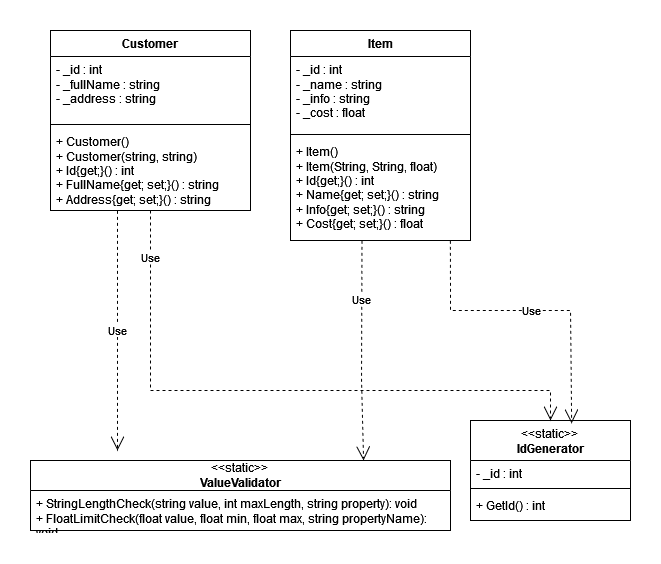
Earlier version of the draw.io export oop-winform/Diagram.drawio.png (antoniocra04/oop-winform). Source tidied: cells renumbered, new cells last; positions are measured from the earlier drawing's top-left corner, leaving out a move shared by most shapes. Its diagram source:
```xml
<mxGraphModel>
  <root>
    <mxCell id="0" />
    <mxCell id="1" parent="0" />
    <mxCell id="2" value="Customer" style="swimlane;fontStyle=1;align=center;verticalAlign=top;horizontal=1;startSize=26;whiteSpace=wrap;html=1;" parent="1" vertex="1">
      <mxGeometry x="20" width="200" height="180" as="geometry" />
    </mxCell>
    <mxCell id="3" value="- _id : int&lt;br&gt;- _fullName : string&lt;br&gt;- _address : string" style="text;strokeColor=none;fillColor=none;align=left;verticalAlign=top;spacingLeft=4;spacingRight=4;overflow=hidden;whiteSpace=wrap;html=1;" parent="2" vertex="1">
      <mxGeometry y="26" width="200" height="64" as="geometry" />
    </mxCell>
    <mxCell id="4" style="line;strokeWidth=1;fillColor=none;align=left;verticalAlign=middle;spacingTop=-1;spacingLeft=3;spacingRight=3;labelPosition=right;strokeColor=inherit;" parent="2" vertex="1">
      <mxGeometry y="90" width="200" height="8" as="geometry" />
    </mxCell>
    <mxCell id="5" value="+&amp;nbsp;Customer()&lt;br style=&quot;border-color: var(--border-color);&quot;&gt;+ Customer(string, string)&lt;br&gt;+ Id{get;}() : int&lt;br&gt;+ FullName{get; set;}() : string&lt;br&gt;+ Address{get; set;}() : string" style="text;strokeColor=none;fillColor=none;align=left;verticalAlign=top;spacingLeft=4;spacingRight=4;overflow=hidden;points=[[0,0.5],[1,0.5]];portConstraint=eastwest;whiteSpace=wrap;html=1;" parent="2" vertex="1">
      <mxGeometry y="98" width="200" height="82" as="geometry" />
    </mxCell>
    <mxCell id="6" value="Item" style="swimlane;fontStyle=1;align=center;verticalAlign=top;horizontal=1;startSize=26;whiteSpace=wrap;html=1;" parent="1" vertex="1">
      <mxGeometry x="260" width="180" height="210" as="geometry" />
    </mxCell>
    <mxCell id="7" value="- _id : int&lt;br&gt;- _name : string&lt;br&gt;- _info : string&lt;br&gt;- _cost : float" style="text;strokeColor=none;fillColor=none;align=left;verticalAlign=top;spacingLeft=4;spacingRight=4;overflow=hidden;whiteSpace=wrap;html=1;" parent="6" vertex="1">
      <mxGeometry y="26" width="180" height="74" as="geometry" />
    </mxCell>
    <mxCell id="8" style="line;strokeWidth=1;fillColor=none;align=left;verticalAlign=middle;spacingTop=-1;spacingLeft=3;spacingRight=3;labelPosition=right;strokeColor=inherit;" parent="6" vertex="1">
      <mxGeometry y="100" width="180" height="8" as="geometry" />
    </mxCell>
    <mxCell id="9" value="+&amp;nbsp;Item()&lt;br&gt;+&amp;nbsp;Item(String, String, float)&lt;br&gt;+ Id{get;}() : int&lt;br&gt;+ Name{get; set;}() : string&lt;br&gt;+ Info{get; set;}() : string&lt;br&gt;+ Cost{get; set;}() : float" style="text;strokeColor=none;fillColor=none;align=left;verticalAlign=top;spacingLeft=4;spacingRight=4;overflow=hidden;points=[[0,0.5],[1,0.5]];portConstraint=eastwest;whiteSpace=wrap;html=1;" parent="6" vertex="1">
      <mxGeometry y="108" width="180" height="102" as="geometry" />
    </mxCell>
    <mxCell id="10" value="&lt;span style=&quot;font-weight: normal;&quot;&gt;&amp;lt;&amp;lt;static&amp;gt;&amp;gt;&lt;/span&gt;&lt;br&gt;IdGenerator" style="swimlane;fontStyle=1;align=center;verticalAlign=top;horizontal=1;startSize=40;whiteSpace=wrap;html=1;" parent="1" vertex="1">
      <mxGeometry x="440" y="390" width="160" height="100" as="geometry" />
    </mxCell>
    <mxCell id="11" value="- _id : int" style="text;strokeColor=none;fillColor=none;align=left;verticalAlign=top;spacingLeft=4;spacingRight=4;overflow=hidden;whiteSpace=wrap;html=1;" parent="10" vertex="1">
      <mxGeometry y="40" width="160" height="24" as="geometry" />
    </mxCell>
    <mxCell id="12" style="line;strokeWidth=1;fillColor=none;align=left;verticalAlign=middle;spacingTop=-1;spacingLeft=3;spacingRight=3;labelPosition=right;strokeColor=inherit;" parent="10" vertex="1">
      <mxGeometry y="64" width="160" height="8" as="geometry" />
    </mxCell>
    <mxCell id="13" value="+ GetId() : int" style="text;strokeColor=none;fillColor=none;align=left;verticalAlign=top;spacingLeft=4;spacingRight=4;overflow=hidden;whiteSpace=wrap;html=1;" parent="10" vertex="1">
      <mxGeometry y="72" width="160" height="28" as="geometry" />
    </mxCell>
    <mxCell id="14" value="&amp;lt;&amp;lt;static&amp;gt;&amp;gt;&lt;br&gt;&lt;b&gt;ValueValidator&lt;/b&gt;" style="swimlane;fontStyle=0;horizontal=1;startSize=30;fillColor=none;whiteSpace=wrap;html=1;" parent="1" vertex="1">
      <mxGeometry y="430" width="420" height="70" as="geometry" />
    </mxCell>
    <mxCell id="15" value="&lt;div&gt;+ StringLengthCheck(string value, int maxLength, string property): void&lt;br&gt;&lt;/div&gt;&lt;div&gt;+ FloatLimitCheck(float value, float min, float max, string propertyName): void&lt;br&gt;&lt;/div&gt;" style="text;strokeColor=none;fillColor=none;align=left;verticalAlign=top;spacingLeft=4;spacingRight=4;overflow=hidden;whiteSpace=wrap;html=1;" parent="14" vertex="1">
      <mxGeometry y="30" width="420" height="40" as="geometry" />
    </mxCell>
    <mxCell id="16" value="Use" style="endArrow=open;endSize=12;dashed=1;html=1;rounded=0;exitX=0.335;exitY=1.004;exitDx=0;exitDy=0;exitPerimeter=0;" parent="1" edge="1" source="5">
      <mxGeometry relative="1" as="geometry">
        <mxPoint x="87" y="420" as="targetPoint" />
      </mxGeometry>
    </mxCell>
    <mxCell id="17" value="Use" style="endArrow=open;endSize=12;dashed=1;html=1;rounded=0;exitX=0.397;exitY=1.003;exitDx=0;exitDy=0;exitPerimeter=0;entryX=0.793;entryY=0;entryDx=0;entryDy=0;entryPerimeter=0;" parent="1" edge="1" source="9" target="14">
      <mxGeometry x="-0.46" relative="1" as="geometry">
        <Array as="points">
          <mxPoint x="331" y="350" />
        </Array>
      </mxGeometry>
    </mxCell>
    <mxCell id="18" value="Use" style="endArrow=open;endSize=12;dashed=1;html=1;rounded=0;exitX=0.5;exitY=1;exitDx=0;exitDy=0;entryX=0.5;entryY=0;entryDx=0;entryDy=0;" parent="1" edge="1" source="2" target="10">
      <mxGeometry x="-0.85" relative="1" as="geometry">
        <Array as="points">
          <mxPoint x="120" y="360" />
          <mxPoint x="520" y="360" />
        </Array>
      </mxGeometry>
    </mxCell>
    <mxCell id="19" value="Use" style="endArrow=open;endSize=12;dashed=1;html=1;rounded=0;exitX=0.888;exitY=1.003;exitDx=0;exitDy=0;entryX=0.632;entryY=0.029;entryDx=0;entryDy=0;exitPerimeter=0;entryPerimeter=0;" parent="1" edge="1" source="9" target="10">
      <mxGeometry relative="1" as="geometry">
        <Array as="points">
          <mxPoint x="420" y="280" />
          <mxPoint x="540" y="280" />
        </Array>
      </mxGeometry>
    </mxCell>
  </root>
</mxGraphModel>
```
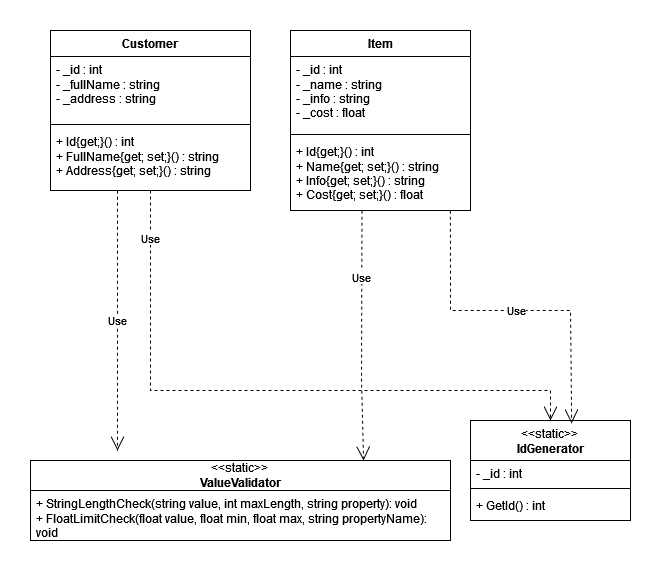
Later version of the same file.

Commit message:
fix(sln): правки

The edit, as a diff of the source:
```diff
@@ -3,7 +3,7 @@
     <mxCell id="0" />
     <mxCell id="1" parent="0" />
     <mxCell id="2" value="Customer" style="swimlane;fontStyle=1;align=center;verticalAlign=top;horizontal=1;startSize=26;whiteSpace=wrap;html=1;" parent="1" vertex="1">
-      <mxGeometry x="20" width="200" height="180" as="geometry" />
+      <mxGeometry x="20" width="200" height="160" as="geometry" />
     </mxCell>
     <mxCell id="3" value="- _id : int&lt;br&gt;- _fullName : string&lt;br&gt;- _address : string" style="text;strokeColor=none;fillColor=none;align=left;verticalAlign=top;spacingLeft=4;spacingRight=4;overflow=hidden;whiteSpace=wrap;html=1;" parent="2" vertex="1">
       <mxGeometry y="26" width="200" height="64" as="geometry" />
@@ -11,11 +11,11 @@
     <mxCell id="4" style="line;strokeWidth=1;fillColor=none;align=left;verticalAlign=middle;spacingTop=-1;spacingLeft=3;spacingRight=3;labelPosition=right;strokeColor=inherit;" parent="2" vertex="1">
       <mxGeometry y="90" width="200" height="8" as="geometry" />
     </mxCell>
-    <mxCell id="5" value="+&amp;nbsp;Customer()&lt;br style=&quot;border-color: var(--border-color);&quot;&gt;+ Customer(string, string)&lt;br&gt;+ Id{get;}() : int&lt;br&gt;+ FullName{get; set;}() : string&lt;br&gt;+ Address{get; set;}() : string" style="text;strokeColor=none;fillColor=none;align=left;verticalAlign=top;spacingLeft=4;spacingRight=4;overflow=hidden;points=[[0,0.5],[1,0.5]];portConstraint=eastwest;whiteSpace=wrap;html=1;" parent="2" vertex="1">
-      <mxGeometry y="98" width="200" height="82" as="geometry" />
+    <mxCell id="5" value="+ Id{get;}() : int&lt;br&gt;+ FullName{get; set;}() : string&lt;br&gt;+ Address{get; set;}() : string" style="text;strokeColor=none;fillColor=none;align=left;verticalAlign=top;spacingLeft=4;spacingRight=4;overflow=hidden;points=[[0,0.5],[1,0.5]];portConstraint=eastwest;whiteSpace=wrap;html=1;" parent="2" vertex="1">
+      <mxGeometry y="98" width="200" height="62" as="geometry" />
     </mxCell>
     <mxCell id="6" value="Item" style="swimlane;fontStyle=1;align=center;verticalAlign=top;horizontal=1;startSize=26;whiteSpace=wrap;html=1;" parent="1" vertex="1">
-      <mxGeometry x="260" width="180" height="210" as="geometry" />
+      <mxGeometry x="260" width="180" height="180" as="geometry" />
     </mxCell>
     <mxCell id="7" value="- _id : int&lt;br&gt;- _name : string&lt;br&gt;- _info : string&lt;br&gt;- _cost : float" style="text;strokeColor=none;fillColor=none;align=left;verticalAlign=top;spacingLeft=4;spacingRight=4;overflow=hidden;whiteSpace=wrap;html=1;" parent="6" vertex="1">
       <mxGeometry y="26" width="180" height="74" as="geometry" />
@@ -23,8 +23,8 @@
     <mxCell id="8" style="line;strokeWidth=1;fillColor=none;align=left;verticalAlign=middle;spacingTop=-1;spacingLeft=3;spacingRight=3;labelPosition=right;strokeColor=inherit;" parent="6" vertex="1">
       <mxGeometry y="100" width="180" height="8" as="geometry" />
     </mxCell>
-    <mxCell id="9" value="+&amp;nbsp;Item()&lt;br&gt;+&amp;nbsp;Item(String, String, float)&lt;br&gt;+ Id{get;}() : int&lt;br&gt;+ Name{get; set;}() : string&lt;br&gt;+ Info{get; set;}() : string&lt;br&gt;+ Cost{get; set;}() : float" style="text;strokeColor=none;fillColor=none;align=left;verticalAlign=top;spacingLeft=4;spacingRight=4;overflow=hidden;points=[[0,0.5],[1,0.5]];portConstraint=eastwest;whiteSpace=wrap;html=1;" parent="6" vertex="1">
-      <mxGeometry y="108" width="180" height="102" as="geometry" />
+    <mxCell id="9" value="+ Id{get;}() : int&lt;br&gt;+ Name{get; set;}() : string&lt;br&gt;+ Info{get; set;}() : string&lt;br&gt;+ Cost{get; set;}() : float" style="text;strokeColor=none;fillColor=none;align=left;verticalAlign=top;spacingLeft=4;spacingRight=4;overflow=hidden;points=[[0,0.5],[1,0.5]];portConstraint=eastwest;whiteSpace=wrap;html=1;" parent="6" vertex="1">
+      <mxGeometry y="108" width="180" height="72" as="geometry" />
     </mxCell>
     <mxCell id="10" value="&lt;span style=&quot;font-weight: normal;&quot;&gt;&amp;lt;&amp;lt;static&amp;gt;&amp;gt;&lt;/span&gt;&lt;br&gt;IdGenerator" style="swimlane;fontStyle=1;align=center;verticalAlign=top;horizontal=1;startSize=40;whiteSpace=wrap;html=1;" parent="1" vertex="1">
       <mxGeometry x="440" y="390" width="160" height="100" as="geometry" />
@@ -39,10 +39,10 @@
       <mxGeometry y="72" width="160" height="28" as="geometry" />
     </mxCell>
     <mxCell id="14" value="&amp;lt;&amp;lt;static&amp;gt;&amp;gt;&lt;br&gt;&lt;b&gt;ValueValidator&lt;/b&gt;" style="swimlane;fontStyle=0;horizontal=1;startSize=30;fillColor=none;whiteSpace=wrap;html=1;" parent="1" vertex="1">
-      <mxGeometry y="430" width="420" height="70" as="geometry" />
+      <mxGeometry y="430" width="420" height="80" as="geometry" />
     </mxCell>
     <mxCell id="15" value="&lt;div&gt;+ StringLengthCheck(string value, int maxLength, string property): void&lt;br&gt;&lt;/div&gt;&lt;div&gt;+ FloatLimitCheck(float value, float min, float max, string propertyName): void&lt;br&gt;&lt;/div&gt;" style="text;strokeColor=none;fillColor=none;align=left;verticalAlign=top;spacingLeft=4;spacingRight=4;overflow=hidden;whiteSpace=wrap;html=1;" parent="14" vertex="1">
-      <mxGeometry y="30" width="420" height="40" as="geometry" />
+      <mxGeometry y="30" width="420" height="50" as="geometry" />
     </mxCell>
     <mxCell id="16" value="Use" style="endArrow=open;endSize=12;dashed=1;html=1;rounded=0;exitX=0.335;exitY=1.004;exitDx=0;exitDy=0;exitPerimeter=0;" parent="1" edge="1" source="5">
       <mxGeometry relative="1" as="geometry">
```
